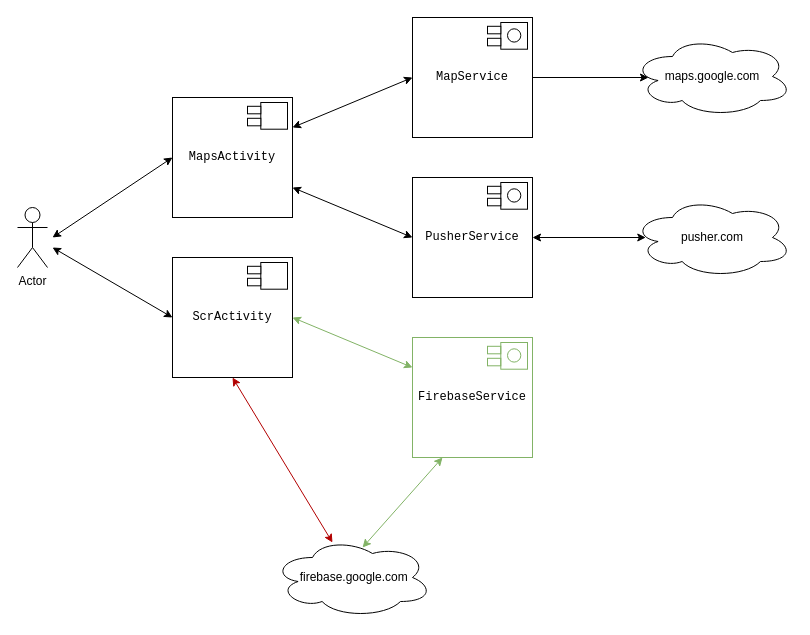
Above: page "DeviceComponents" (3 of 4) of Architecture.drawio in PhoenixVRN/Mafia (draw.io), before the change. Source tidied: cells renumbered, new cells numbered last; positions are measured from the earlier drawing's top-left corner, leaving out a move shared by most shapes. Both pictures are drawn from the tidied source at 100%, with x=0, y=0 at pixel (17, 17).
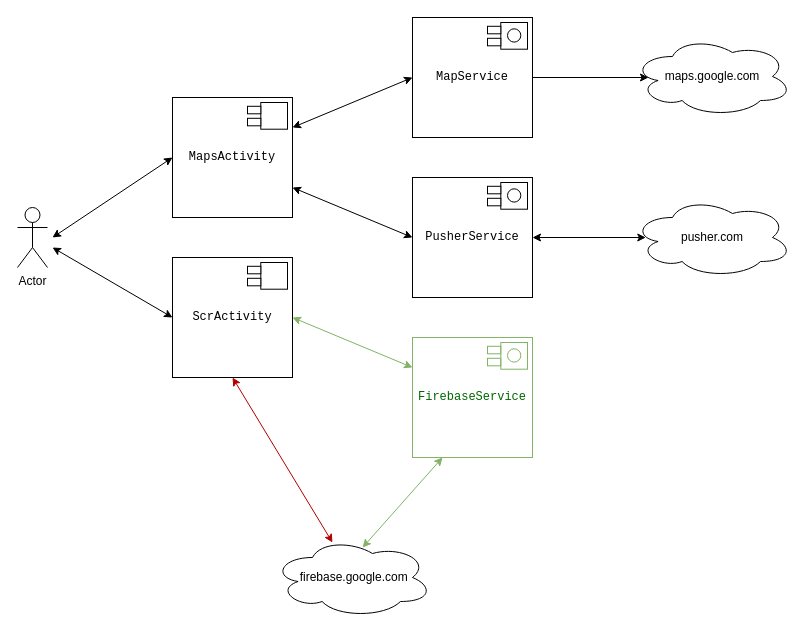
After the change.

The edit, as a diff of the source:
```diff
@@
-    <mxCell id="33" value="&lt;pre style=&quot;background-color: rgb(255, 255, 255); font-family: consolas, monospace;&quot;&gt;&lt;pre style=&quot;font-family: &amp;quot;consolas&amp;quot; , monospace&quot;&gt;&lt;pre style=&quot;font-family: &amp;quot;consolas&amp;quot; , monospace&quot;&gt;&lt;span style=&quot;&quot;&gt;FirebaseService&lt;/span&gt;&lt;/pre&gt;&lt;/pre&gt;&lt;/pre&gt;" style="rounded=0;whiteSpace=wrap;html=1;strokeColor=#82b366;fillColor=none;" parent="1" vertex="1">
+    <mxCell id="33" value="&lt;pre style=&quot;background-color: rgb(255, 255, 255); font-family: consolas, monospace;&quot;&gt;&lt;pre style=&quot;font-family: &amp;quot;consolas&amp;quot; , monospace&quot;&gt;&lt;pre style=&quot;font-family: &amp;quot;consolas&amp;quot; , monospace&quot;&gt;&lt;span style=&quot;&quot;&gt;FirebaseService&lt;/span&gt;&lt;/pre&gt;&lt;/pre&gt;&lt;/pre&gt;" style="rounded=0;whiteSpace=wrap;html=1;strokeColor=#82b366;fillColor=none;fontColor=#006600;" parent="1" vertex="1">
       <mxGeometry x="395" y="320" width="120" height="120" as="geometry" />
     </mxCell>
```
